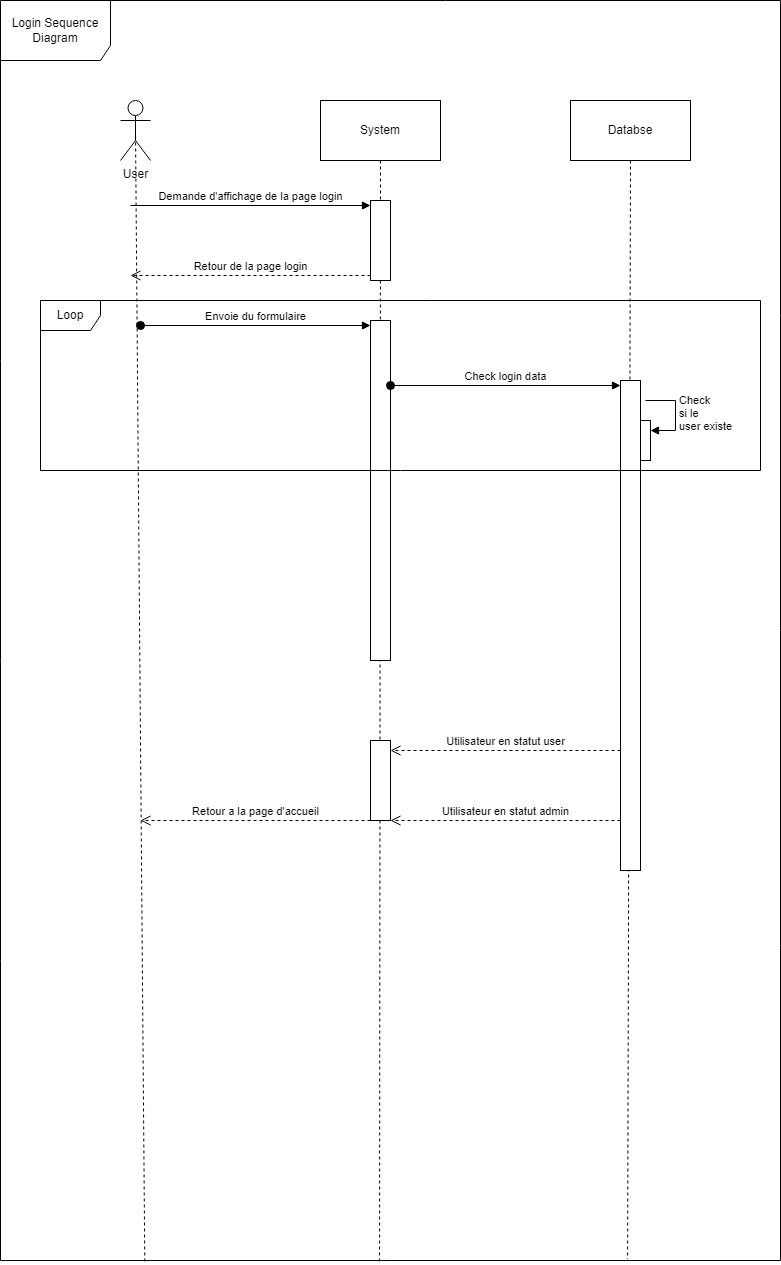
Axel92290/Projet_blog_php keeps this draw.io diagram as diagrammes/Projet_5_CHASSELOUP_Axel_DDS_LoginSequence.png. Above is the earlier version. Source tidied: cells renumbered, new cells last; positions are measured from the earlier drawing's top-left corner, leaving out a move shared by most shapes. Source of this version:
```xml
<mxGraphModel>
  <root>
    <mxCell id="0" />
    <mxCell id="1" parent="0" />
    <mxCell id="2" value="Login Sequence Diagram" style="shape=umlFrame;whiteSpace=wrap;html=1;width=110;height=60;" parent="1" vertex="1">
      <mxGeometry width="780" height="1260" as="geometry" />
    </mxCell>
    <mxCell id="3" style="rounded=0;jettySize=auto;html=1;exitX=0.5;exitY=0.5;exitDx=0;exitDy=0;exitPerimeter=0;entryX=0.185;entryY=1.002;entryDx=0;entryDy=0;entryPerimeter=0;dashed=1;endArrow=none;endFill=0;" parent="1" edge="1" source="4" target="2">
      <mxGeometry relative="1" as="geometry" />
    </mxCell>
    <mxCell id="4" value="User" style="shape=umlActor;verticalLabelPosition=bottom;verticalAlign=top;html=1;" parent="1" vertex="1">
      <mxGeometry x="120" y="100" width="30" height="60" as="geometry" />
    </mxCell>
    <mxCell id="5" style="rounded=0;jettySize=auto;html=1;exitX=0.5;exitY=1;exitDx=0;exitDy=0;entryX=0.486;entryY=1.002;entryDx=0;entryDy=0;entryPerimeter=0;dashed=1;endArrow=none;endFill=0;" parent="1" edge="1" source="6" target="2">
      <mxGeometry relative="1" as="geometry" />
    </mxCell>
    <mxCell id="6" value="System" style="rounded=0;whiteSpace=wrap;html=1;" parent="1" vertex="1">
      <mxGeometry x="320" y="100" width="120" height="60" as="geometry" />
    </mxCell>
    <mxCell id="7" style="rounded=0;jettySize=auto;html=1;exitX=0.5;exitY=1;exitDx=0;exitDy=0;dashed=1;endArrow=none;endFill=0;entryX=0.804;entryY=0.999;entryDx=0;entryDy=0;entryPerimeter=0;" parent="1" edge="1" source="8" target="2">
      <mxGeometry relative="1" as="geometry" />
    </mxCell>
    <mxCell id="8" value="Databse" style="rounded=0;whiteSpace=wrap;html=1;" parent="1" vertex="1">
      <mxGeometry x="570" y="100" width="120" height="60" as="geometry" />
    </mxCell>
    <mxCell id="9" style="html=1;points=[[0,0,0,0,5],[0,1,0,0,-5],[1,0,0,0,5],[1,1,0,0,-5]];perimeter=orthogonalPerimeter;outlineConnect=0;targetShapes=umlLifeline;portConstraint=eastwest;newEdgeStyle={&quot;curved&quot;:0,&quot;rounded&quot;:0};" parent="1" vertex="1">
      <mxGeometry x="370" y="200" width="20" height="80" as="geometry" />
    </mxCell>
    <mxCell id="10" value="Demande d'affichage de la page login" style="html=1;verticalAlign=bottom;endArrow=block;curved=0;rounded=0;entryX=0;entryY=0;entryDx=0;entryDy=5;" parent="1" edge="1" target="9">
      <mxGeometry relative="1" as="geometry">
        <mxPoint x="130" y="205" as="sourcePoint" />
      </mxGeometry>
    </mxCell>
    <mxCell id="11" value="Retour de la page login" style="html=1;verticalAlign=bottom;endArrow=open;dashed=1;endSize=8;curved=0;rounded=0;exitX=0;exitY=1;exitDx=0;exitDy=-5;" parent="1" edge="1" source="9">
      <mxGeometry relative="1" as="geometry">
        <mxPoint x="130" y="275" as="targetPoint" />
      </mxGeometry>
    </mxCell>
    <mxCell id="12" style="html=1;points=[[0,0,0,0,5],[0,1,0,0,-5],[1,0,0,0,5],[1,1,0,0,-5]];perimeter=orthogonalPerimeter;outlineConnect=0;targetShapes=umlLifeline;portConstraint=eastwest;newEdgeStyle={&quot;curved&quot;:0,&quot;rounded&quot;:0};" parent="1" vertex="1">
      <mxGeometry x="370" y="320" width="20" height="340" as="geometry" />
    </mxCell>
    <mxCell id="13" value="Envoie du formulaire" style="html=1;verticalAlign=bottom;startArrow=oval;endArrow=block;startSize=8;curved=0;rounded=0;entryX=0;entryY=0;entryDx=0;entryDy=5;" parent="1" edge="1" target="12">
      <mxGeometry relative="1" as="geometry">
        <mxPoint x="140" y="325" as="sourcePoint" />
      </mxGeometry>
    </mxCell>
    <mxCell id="14" style="html=1;points=[[0,0,0,0,5],[0,1,0,0,-5],[1,0,0,0,5],[1,1,0,0,-5]];perimeter=orthogonalPerimeter;outlineConnect=0;targetShapes=umlLifeline;portConstraint=eastwest;newEdgeStyle={&quot;curved&quot;:0,&quot;rounded&quot;:0};" parent="1" vertex="1">
      <mxGeometry x="620" y="380" width="20" height="490" as="geometry" />
    </mxCell>
    <mxCell id="15" value="Check login data" style="html=1;verticalAlign=bottom;startArrow=oval;endArrow=block;startSize=8;curved=0;rounded=0;entryX=0;entryY=0;entryDx=0;entryDy=5;" parent="1" edge="1" source="12" target="14">
      <mxGeometry relative="1" as="geometry" />
    </mxCell>
    <mxCell id="16" value="Loop" style="shape=umlFrame;whiteSpace=wrap;html=1;" parent="1" vertex="1">
      <mxGeometry x="40" y="300" width="720" height="170" as="geometry" />
    </mxCell>
    <mxCell id="17" style="html=1;points=[[0,0,0,0,5],[0,1,0,0,-5],[1,0,0,0,5],[1,1,0,0,-5]];perimeter=orthogonalPerimeter;outlineConnect=0;targetShapes=umlLifeline;portConstraint=eastwest;newEdgeStyle={&quot;curved&quot;:0,&quot;rounded&quot;:0};" parent="1" vertex="1">
      <mxGeometry x="640" y="420" width="10" height="40" as="geometry" />
    </mxCell>
    <mxCell id="18" value="Check &lt;br&gt;si le &lt;br&gt;user existe" style="html=1;align=left;spacingLeft=2;endArrow=block;rounded=0;edgeStyle=orthogonalEdgeStyle;curved=0;rounded=0;" parent="1" edge="1" target="17">
      <mxGeometry relative="1" as="geometry">
        <mxPoint x="645" y="400" as="sourcePoint" />
        <Array as="points">
          <mxPoint x="675" y="430" />
        </Array>
      </mxGeometry>
    </mxCell>
    <mxCell id="19" style="html=1;points=[[0,0,0,0,5],[0,1,0,0,-5],[1,0,0,0,5],[1,1,0,0,-5]];perimeter=orthogonalPerimeter;outlineConnect=0;targetShapes=umlLifeline;portConstraint=eastwest;newEdgeStyle={&quot;curved&quot;:0,&quot;rounded&quot;:0};" parent="1" vertex="1">
      <mxGeometry x="370" y="740" width="20" height="80" as="geometry" />
    </mxCell>
    <mxCell id="20" value="Utilisateur en statut admin" style="html=1;verticalAlign=bottom;endArrow=open;dashed=1;endSize=8;curved=0;rounded=0;" parent="1" edge="1" source="14">
      <mxGeometry relative="1" as="geometry">
        <mxPoint x="390" y="820" as="targetPoint" />
      </mxGeometry>
    </mxCell>
    <mxCell id="21" value="Utilisateur en statut user" style="html=1;verticalAlign=bottom;endArrow=open;dashed=1;endSize=8;curved=0;rounded=0;exitX=0;exitY=1;exitDx=0;exitDy=-5;" parent="1" edge="1">
      <mxGeometry relative="1" as="geometry">
        <mxPoint x="620" y="750" as="sourcePoint" />
        <mxPoint x="390" y="750" as="targetPoint" />
      </mxGeometry>
    </mxCell>
    <mxCell id="22" value="Retour a la page d'accueil" style="html=1;verticalAlign=bottom;endArrow=open;dashed=1;endSize=8;curved=0;rounded=0;" parent="1" edge="1" source="19">
      <mxGeometry relative="1" as="geometry">
        <mxPoint x="140" y="820" as="targetPoint" />
      </mxGeometry>
    </mxCell>
  </root>
</mxGraphModel>
```
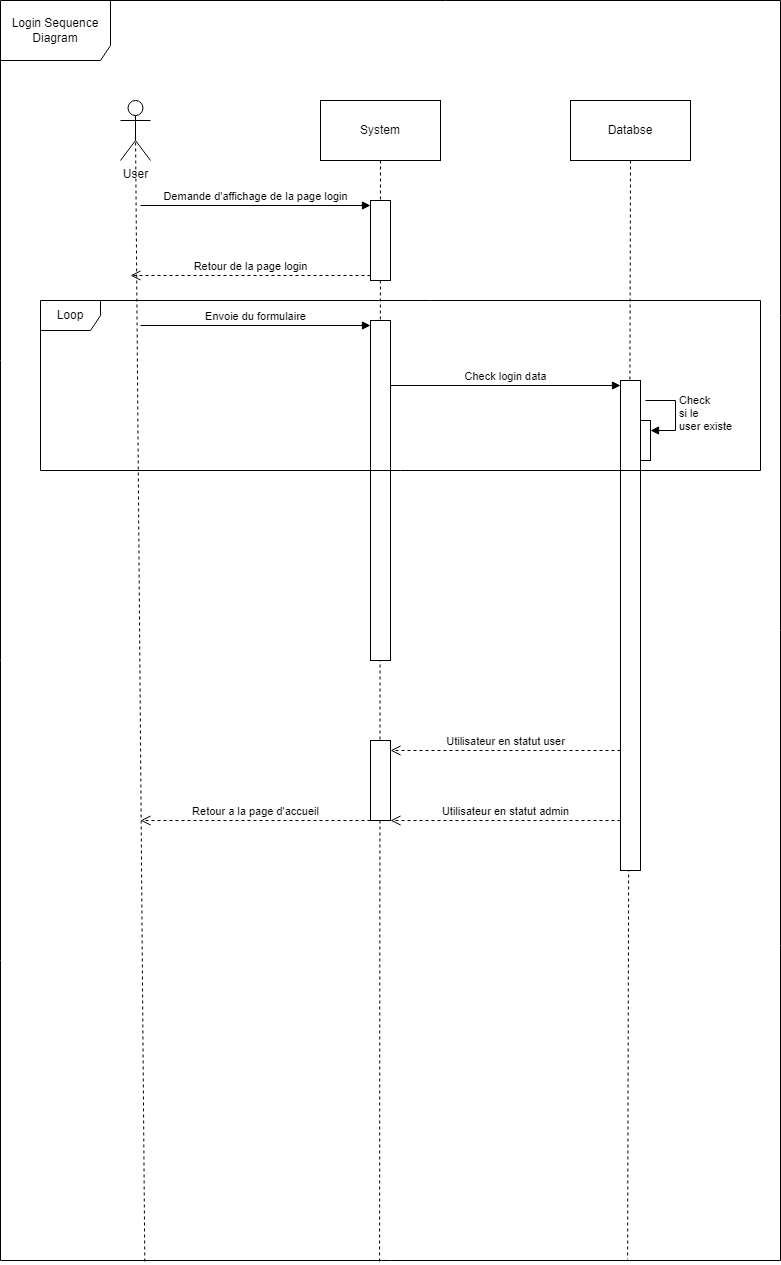
The same diagram one commit later.

The edit, as a diff of the source:
```diff
@@ -28,7 +28,7 @@
     </mxCell>
     <mxCell id="10" value="Demande d'affichage de la page login" style="html=1;verticalAlign=bottom;endArrow=block;curved=0;rounded=0;entryX=0;entryY=0;entryDx=0;entryDy=5;" parent="1" edge="1" target="9">
       <mxGeometry relative="1" as="geometry">
-        <mxPoint x="130" y="205" as="sourcePoint" />
+        <mxPoint x="140" y="205" as="sourcePoint" />
       </mxGeometry>
     </mxCell>
     <mxCell id="11" value="Retour de la page login" style="html=1;verticalAlign=bottom;endArrow=open;dashed=1;endSize=8;curved=0;rounded=0;exitX=0;exitY=1;exitDx=0;exitDy=-5;" parent="1" edge="1" source="9">
@@ -39,7 +39,7 @@
     <mxCell id="12" style="html=1;points=[[0,0,0,0,5],[0,1,0,0,-5],[1,0,0,0,5],[1,1,0,0,-5]];perimeter=orthogonalPerimeter;outlineConnect=0;targetShapes=umlLifeline;portConstraint=eastwest;newEdgeStyle={&quot;curved&quot;:0,&quot;rounded&quot;:0};" parent="1" vertex="1">
       <mxGeometry x="370" y="320" width="20" height="340" as="geometry" />
     </mxCell>
-    <mxCell id="13" value="Envoie du formulaire" style="html=1;verticalAlign=bottom;startArrow=oval;endArrow=block;startSize=8;curved=0;rounded=0;entryX=0;entryY=0;entryDx=0;entryDy=5;" parent="1" edge="1" target="12">
+    <mxCell id="13" value="Envoie du formulaire" style="html=1;verticalAlign=bottom;startArrow=none;endArrow=block;startSize=8;curved=0;rounded=0;entryX=0;entryY=0;entryDx=0;entryDy=5;startFill=0;" parent="1" edge="1" target="12">
       <mxGeometry relative="1" as="geometry">
         <mxPoint x="140" y="325" as="sourcePoint" />
       </mxGeometry>
@@ -47,7 +47,7 @@
     <mxCell id="14" style="html=1;points=[[0,0,0,0,5],[0,1,0,0,-5],[1,0,0,0,5],[1,1,0,0,-5]];perimeter=orthogonalPerimeter;outlineConnect=0;targetShapes=umlLifeline;portConstraint=eastwest;newEdgeStyle={&quot;curved&quot;:0,&quot;rounded&quot;:0};" parent="1" vertex="1">
       <mxGeometry x="620" y="380" width="20" height="490" as="geometry" />
     </mxCell>
-    <mxCell id="15" value="Check login data" style="html=1;verticalAlign=bottom;startArrow=oval;endArrow=block;startSize=8;curved=0;rounded=0;entryX=0;entryY=0;entryDx=0;entryDy=5;" parent="1" edge="1" source="12" target="14">
+    <mxCell id="15" value="Check login data" style="html=1;verticalAlign=bottom;startArrow=none;endArrow=block;startSize=8;curved=0;rounded=0;entryX=0;entryY=0;entryDx=0;entryDy=5;startFill=0;" parent="1" edge="1" source="12" target="14">
       <mxGeometry relative="1" as="geometry" />
     </mxCell>
     <mxCell id="16" value="Loop" style="shape=umlFrame;whiteSpace=wrap;html=1;" parent="1" vertex="1">
```
